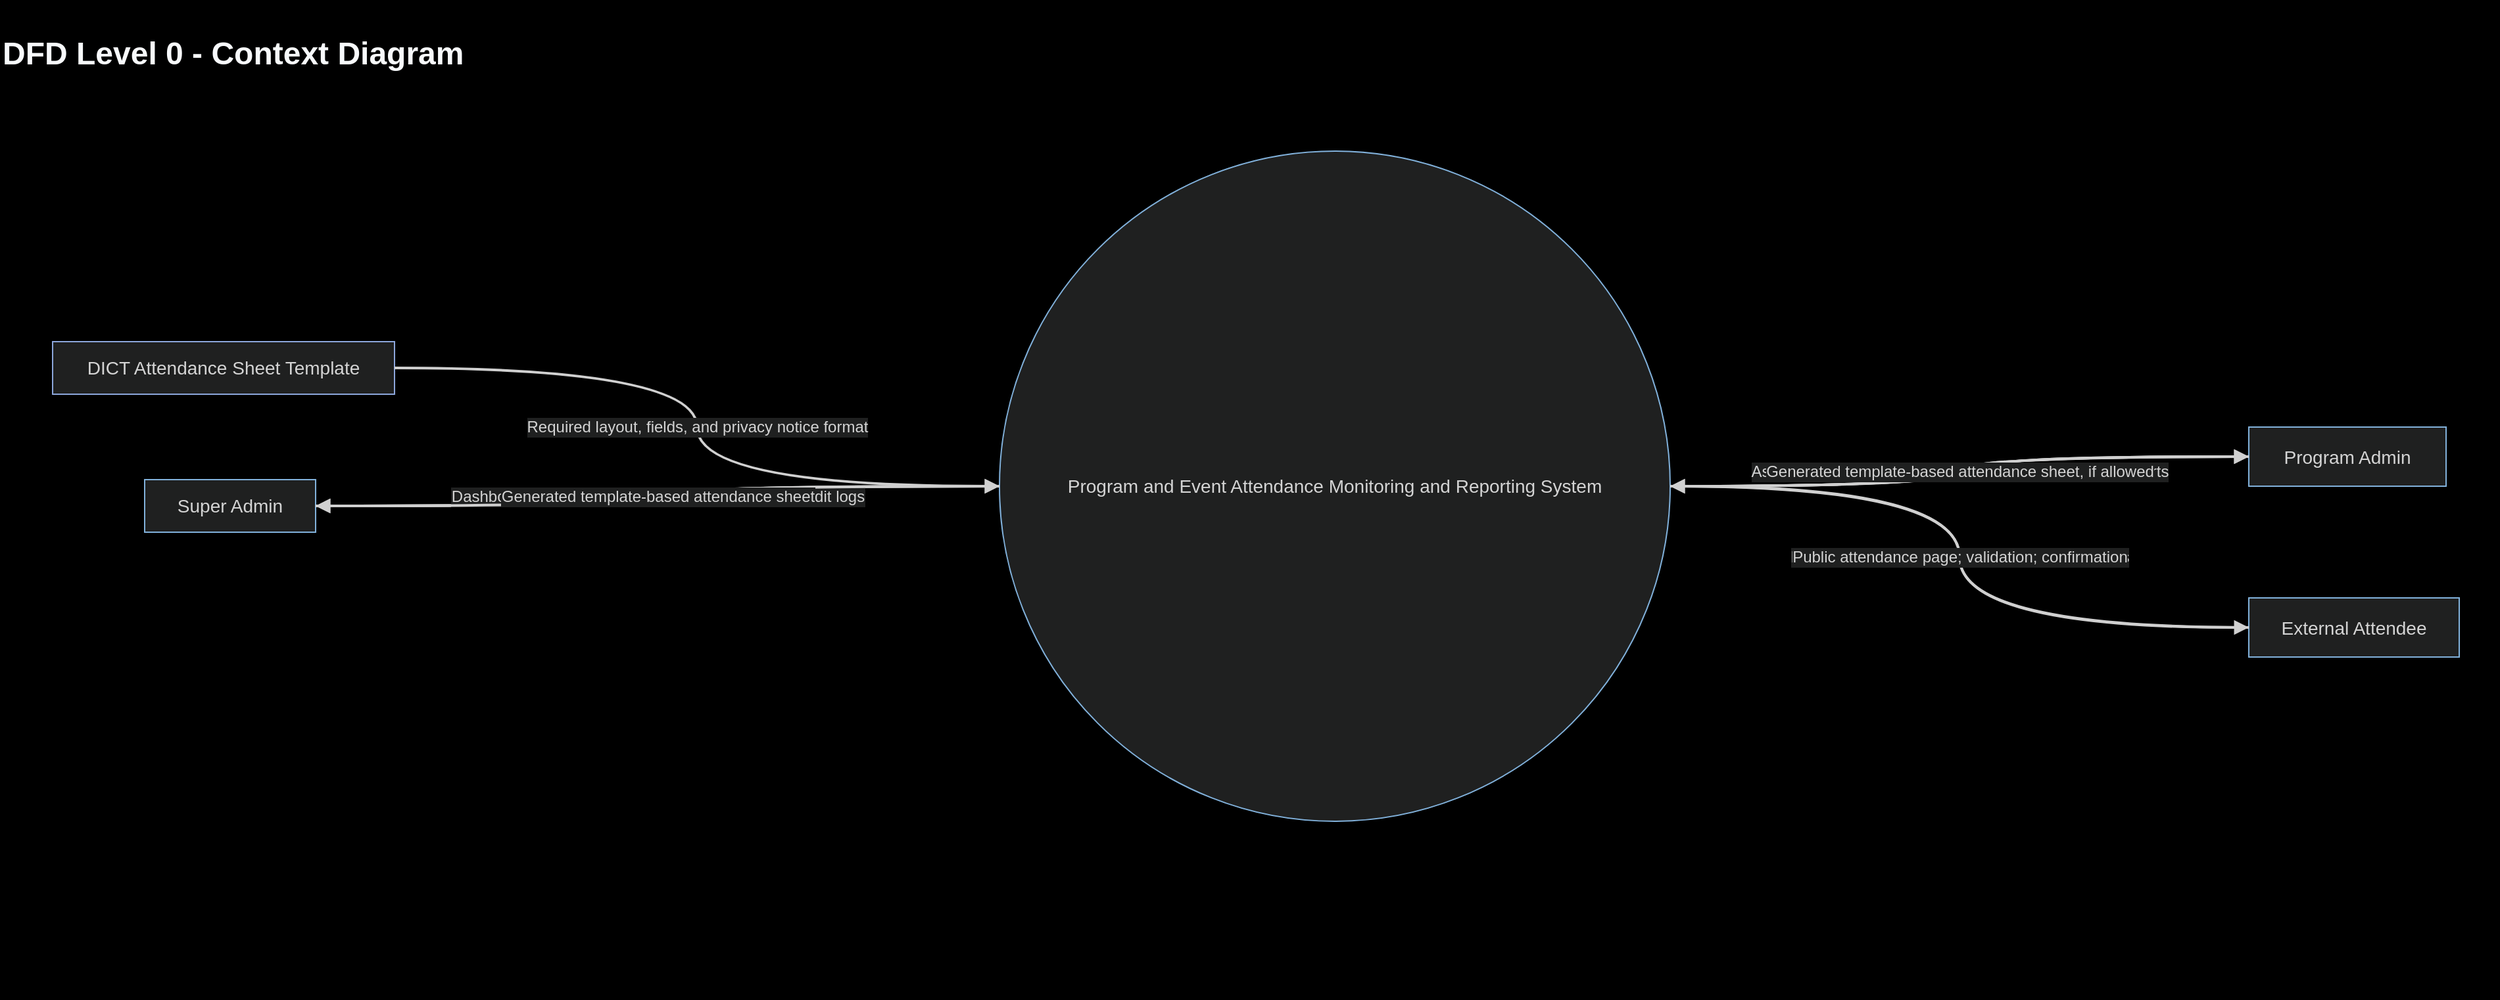
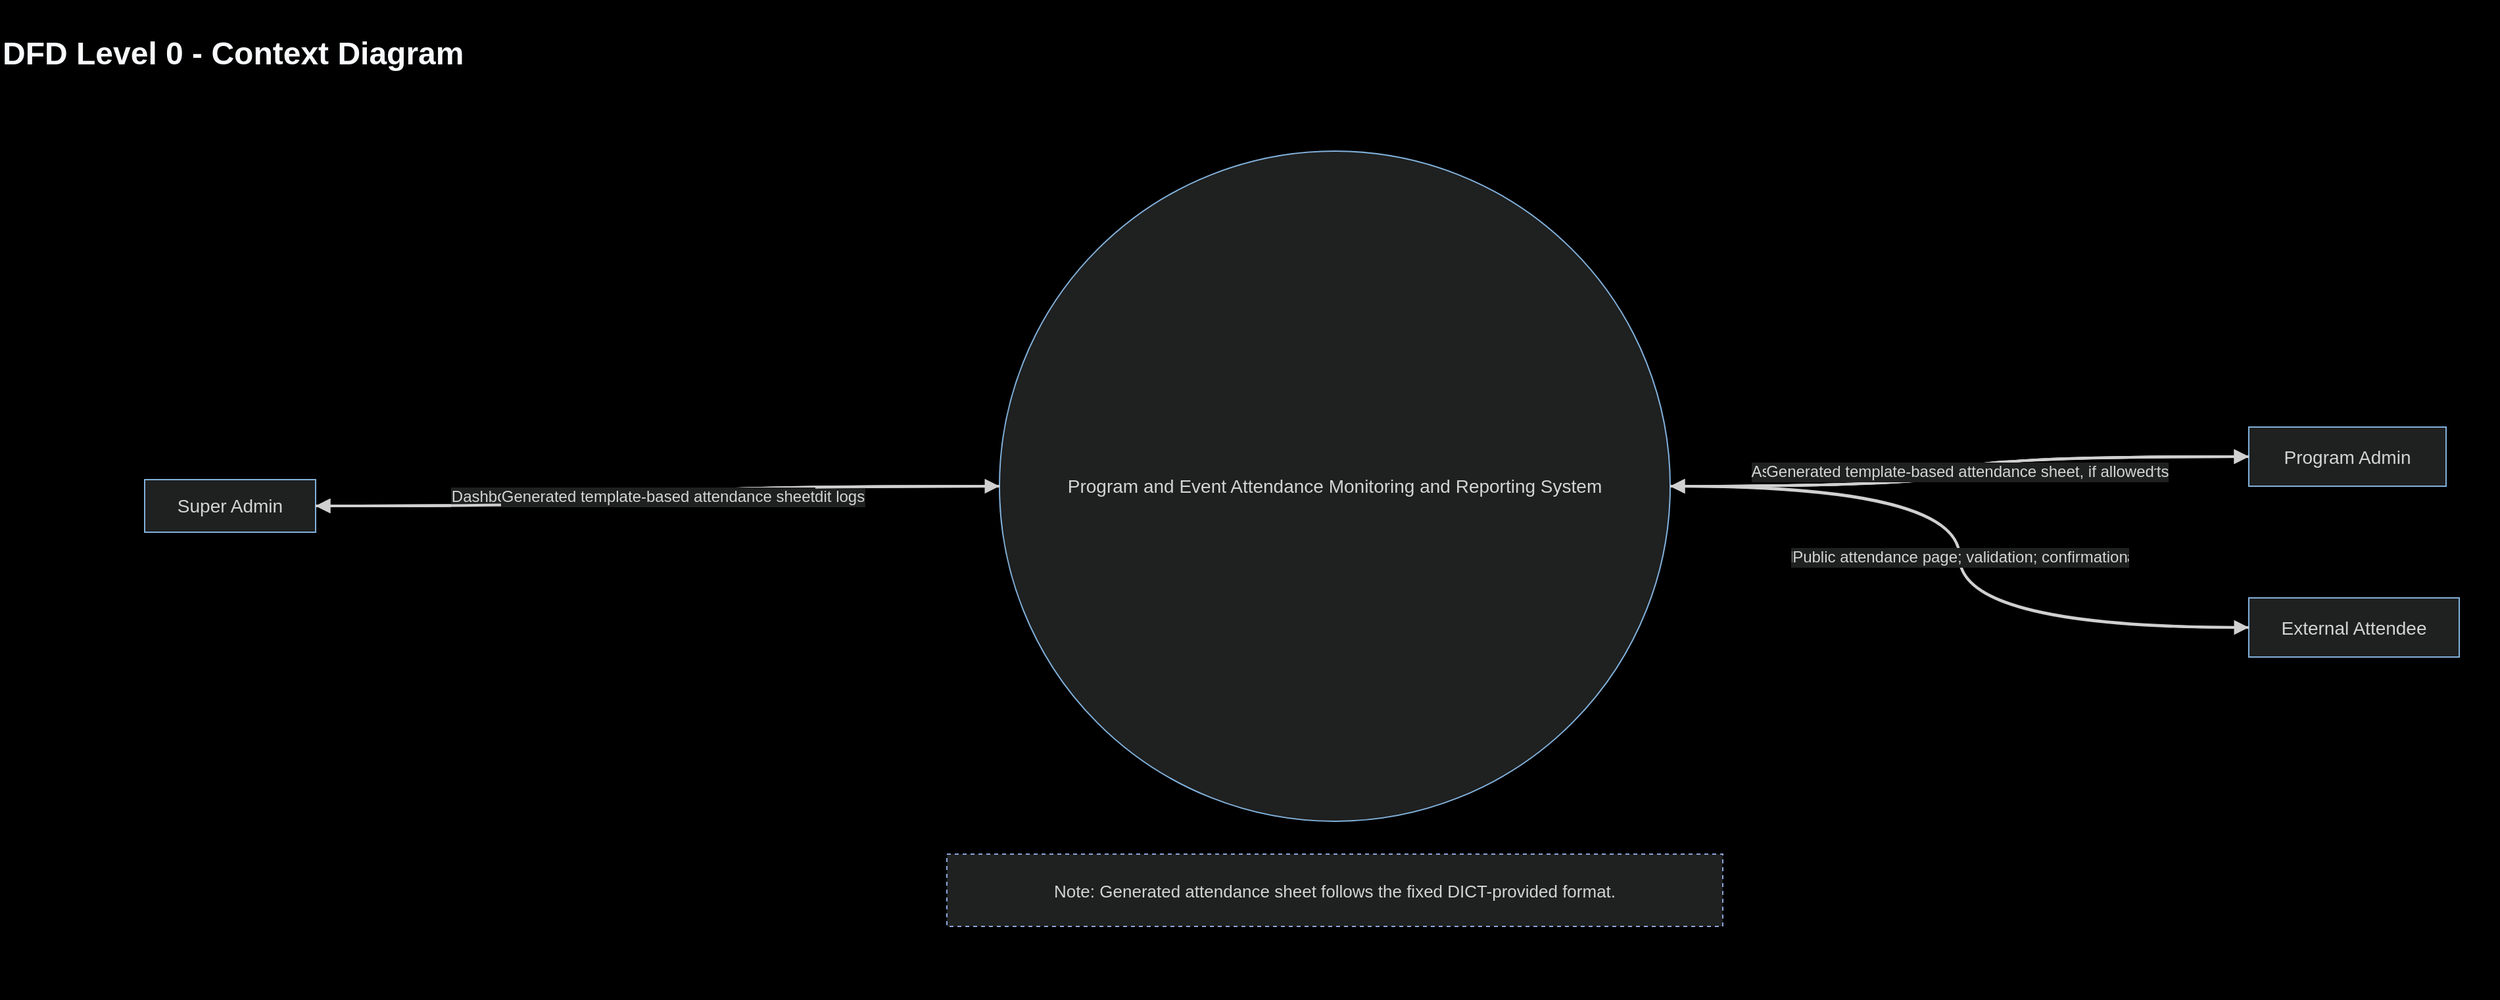
<?xml version='1.0' encoding='utf-8'?>
- <mxfile host="app.diagrams.net"><diagram name="DFD Level 0 - Context Diagram"><mxGraphModel dx="1900" dy="760" grid="1" gridSize="10" guides="1" tooltips="1" connect="1" arrows="1" fold="1" page="1" pageScale="1" pageWidth="1900" pageHeight="760" background="#000000" math="0" shadow="0"><root><mxCell id="0" /><mxCell id="1" parent="0" /><mxCell id="background" value="" style="rounded=0;whiteSpace=wrap;html=1;fillColor=#000000;strokeColor=none;locked=1;" vertex="1" parent="1"><mxGeometry x="0" y="0" width="1900" height="760" as="geometry" /></mxCell><mxCell id="title" value="DFD Level 0 - Context Diagram" style="text;html=1;strokeColor=none;fillColor=none;fontColor=#f8fafc;fontStyle=1;fontSize=24;" vertex="1" parent="1"><mxGeometry x="0" y="20" width="1900" height="40" as="geometry" /></mxCell><mxCell id="template" value="DICT Attendance Sheet Template" style="rounded=0;whiteSpace=wrap;html=1;strokeColor=#81B1DB;fillColor=#1f2020;fontColor=#d4d4d4;fontStyle=0;fontSize=14;spacing=8;strokeColor=#8CA6DB;" vertex="1" parent="1"><mxGeometry x="40" y="260" width="260" height="40" as="geometry" /></mxCell><mxCell id="super_admin" value="Super Admin" style="rounded=0;whiteSpace=wrap;html=1;strokeColor=#81B1DB;fillColor=#1f2020;fontColor=#d4d4d4;fontStyle=0;fontSize=14;spacing=8;" vertex="1" parent="1"><mxGeometry x="110" y="365" width="130" height="40" as="geometry" /></mxCell><mxCell id="system" value="Program and Event Attendance Monitoring and Reporting System" style="ellipse;whiteSpace=wrap;html=1;strokeColor=#81B1DB;fillColor=#1f2020;fontColor=#d4d4d4;fontStyle=0;fontSize=14;spacing=8;" vertex="1" parent="1"><mxGeometry x="760" y="115" width="510" height="510" as="geometry" /></mxCell><mxCell id="program_admin" value="Program Admin" style="rounded=0;whiteSpace=wrap;html=1;strokeColor=#81B1DB;fillColor=#1f2020;fontColor=#d4d4d4;fontStyle=0;fontSize=14;spacing=8;" vertex="1" parent="1"><mxGeometry x="1710" y="325" width="150" height="45" as="geometry" /></mxCell><mxCell id="attendee" value="External Attendee" style="rounded=0;whiteSpace=wrap;html=1;strokeColor=#81B1DB;fillColor=#1f2020;fontColor=#d4d4d4;fontStyle=0;fontSize=14;spacing=8;" vertex="1" parent="1"><mxGeometry x="1710" y="455" width="160" height="45" as="geometry" /></mxCell><mxCell id="e1" value="Login credentials; program/user/event/report requests" style="edgeStyle=orthogonalEdgeStyle;rounded=1;curved=1;html=1;endArrow=block;strokeColor=#d0d0d0;fontColor=#d4d4d4;fontSize=12;labelBackgroundColor=#1f2020;strokeWidth=2;" edge="1" parent="1" source="super_admin" target="system"><mxGeometry relative="1" as="geometry" /></mxCell><mxCell id="e2" value="Dashboard; records; QR/link; attendance sheets; audit logs" style="edgeStyle=orthogonalEdgeStyle;rounded=1;curved=1;html=1;endArrow=block;strokeColor=#d0d0d0;fontColor=#d4d4d4;fontSize=12;labelBackgroundColor=#1f2020;strokeWidth=2;" edge="1" parent="1" source="system" target="super_admin"><mxGeometry relative="1" as="geometry" /></mxCell><mxCell id="e3" value="Required layout, fields, and privacy notice format" style="edgeStyle=orthogonalEdgeStyle;rounded=1;curved=1;html=1;endArrow=block;strokeColor=#d0d0d0;fontColor=#d4d4d4;fontSize=12;labelBackgroundColor=#1f2020;strokeWidth=2;" edge="1" parent="1" source="template" target="system"><mxGeometry relative="1" as="geometry" /></mxCell><mxCell id="e4" value="Login credentials; assigned event/status/report requests" style="edgeStyle=orthogonalEdgeStyle;rounded=1;curved=1;html=1;endArrow=block;strokeColor=#d0d0d0;fontColor=#d4d4d4;fontSize=12;labelBackgroundColor=#1f2020;strokeWidth=2;" edge="1" parent="1" source="program_admin" target="system"><mxGeometry relative="1" as="geometry" /></mxCell><mxCell id="e5" value="Assigned programs/events; QR/link; records; sheets/reports" style="edgeStyle=orthogonalEdgeStyle;rounded=1;curved=1;html=1;endArrow=block;strokeColor=#d0d0d0;fontColor=#d4d4d4;fontSize=12;labelBackgroundColor=#1f2020;strokeWidth=2;" edge="1" parent="1" source="system" target="program_admin"><mxGeometry relative="1" as="geometry" /></mxCell><mxCell id="e6" value="Fixed attendance details and consent responses" style="edgeStyle=orthogonalEdgeStyle;rounded=1;curved=1;html=1;endArrow=block;strokeColor=#d0d0d0;fontColor=#d4d4d4;fontSize=12;labelBackgroundColor=#1f2020;strokeWidth=2;" edge="1" parent="1" source="attendee" target="system"><mxGeometry relative="1" as="geometry" /></mxCell><mxCell id="e7" value="Public attendance page; validation; confirmation" style="edgeStyle=orthogonalEdgeStyle;rounded=1;curved=1;html=1;endArrow=block;strokeColor=#d0d0d0;fontColor=#d4d4d4;fontSize=12;labelBackgroundColor=#1f2020;strokeWidth=2;" edge="1" parent="1" source="system" target="attendee"><mxGeometry relative="1" as="geometry" /></mxCell><mxCell id="e8" value="Generated template-based attendance sheet, if allowed" style="edgeStyle=orthogonalEdgeStyle;rounded=1;curved=1;html=1;endArrow=block;strokeColor=#d0d0d0;fontColor=#d4d4d4;fontSize=12;labelBackgroundColor=#1f2020;strokeWidth=2;" edge="1" parent="1" source="system" target="program_admin"><mxGeometry relative="1" as="geometry" /></mxCell><mxCell id="e9" value="Generated template-based attendance sheet" style="edgeStyle=orthogonalEdgeStyle;rounded=1;curved=1;html=1;endArrow=block;strokeColor=#d0d0d0;fontColor=#d4d4d4;fontSize=12;labelBackgroundColor=#1f2020;strokeWidth=2;" edge="1" parent="1" source="system" target="super_admin"><mxGeometry relative="1" as="geometry" /></mxCell></root></mxGraphModel></diagram></mxfile>+ <mxfile host="app.diagrams.net"><diagram name="DFD Level 0 - Context Diagram"><mxGraphModel dx="1900" dy="760" grid="1" gridSize="10" guides="1" tooltips="1" connect="1" arrows="1" fold="1" page="1" pageScale="1" pageWidth="1900" pageHeight="760" background="#000000" math="0" shadow="0"><root><mxCell id="0" /><mxCell id="1" parent="0" /><mxCell id="background" value="" style="rounded=0;whiteSpace=wrap;html=1;fillColor=#000000;strokeColor=none;locked=1;" vertex="1" parent="1"><mxGeometry x="0" y="0" width="1900" height="760" as="geometry" /></mxCell><mxCell id="title" value="DFD Level 0 - Context Diagram" style="text;html=1;strokeColor=none;fillColor=none;fontColor=#f8fafc;fontStyle=1;fontSize=24;" vertex="1" parent="1"><mxGeometry x="0" y="20" width="1900" height="40" as="geometry" /></mxCell><mxCell id="super_admin" value="Super Admin" style="rounded=0;whiteSpace=wrap;html=1;strokeColor=#81B1DB;fillColor=#1f2020;fontColor=#d4d4d4;fontStyle=0;fontSize=14;spacing=8;" vertex="1" parent="1"><mxGeometry x="110" y="365" width="130" height="40" as="geometry" /></mxCell><mxCell id="system" value="Program and Event Attendance Monitoring and Reporting System" style="ellipse;whiteSpace=wrap;html=1;strokeColor=#81B1DB;fillColor=#1f2020;fontColor=#d4d4d4;fontStyle=0;fontSize=14;spacing=8;" vertex="1" parent="1"><mxGeometry x="760" y="115" width="510" height="510" as="geometry" /></mxCell><mxCell id="program_admin" value="Program Admin" style="rounded=0;whiteSpace=wrap;html=1;strokeColor=#81B1DB;fillColor=#1f2020;fontColor=#d4d4d4;fontStyle=0;fontSize=14;spacing=8;" vertex="1" parent="1"><mxGeometry x="1710" y="325" width="150" height="45" as="geometry" /></mxCell><mxCell id="attendee" value="External Attendee" style="rounded=0;whiteSpace=wrap;html=1;strokeColor=#81B1DB;fillColor=#1f2020;fontColor=#d4d4d4;fontStyle=0;fontSize=14;spacing=8;" vertex="1" parent="1"><mxGeometry x="1710" y="455" width="160" height="45" as="geometry" /></mxCell><mxCell id="note_template" value="Note: Generated attendance sheet follows the fixed DICT-provided format." style="rounded=0;whiteSpace=wrap;html=1;strokeColor=#8CA6DB;fillColor=#1f2020;fontColor=#d4d4d4;fontSize=13;spacing=8;dashed=1;" vertex="1" parent="1"><mxGeometry x="720" y="650" width="590" height="55" as="geometry" /></mxCell><mxCell id="e1" value="Login credentials; program/user/event/report requests" style="edgeStyle=orthogonalEdgeStyle;rounded=1;curved=1;html=1;endArrow=block;strokeColor=#d0d0d0;fontColor=#d4d4d4;fontSize=12;labelBackgroundColor=#1f2020;strokeWidth=2;" edge="1" parent="1" source="super_admin" target="system"><mxGeometry relative="1" as="geometry" /></mxCell><mxCell id="e2" value="Dashboard; records; QR/link; attendance sheets; audit logs" style="edgeStyle=orthogonalEdgeStyle;rounded=1;curved=1;html=1;endArrow=block;strokeColor=#d0d0d0;fontColor=#d4d4d4;fontSize=12;labelBackgroundColor=#1f2020;strokeWidth=2;" edge="1" parent="1" source="system" target="super_admin"><mxGeometry relative="1" as="geometry" /></mxCell><mxCell id="e3" value="Login credentials; assigned event/status/report requests" style="edgeStyle=orthogonalEdgeStyle;rounded=1;curved=1;html=1;endArrow=block;strokeColor=#d0d0d0;fontColor=#d4d4d4;fontSize=12;labelBackgroundColor=#1f2020;strokeWidth=2;" edge="1" parent="1" source="program_admin" target="system"><mxGeometry relative="1" as="geometry" /></mxCell><mxCell id="e4" value="Assigned programs/events; QR/link; records; sheets/reports" style="edgeStyle=orthogonalEdgeStyle;rounded=1;curved=1;html=1;endArrow=block;strokeColor=#d0d0d0;fontColor=#d4d4d4;fontSize=12;labelBackgroundColor=#1f2020;strokeWidth=2;" edge="1" parent="1" source="system" target="program_admin"><mxGeometry relative="1" as="geometry" /></mxCell><mxCell id="e5" value="Fixed attendance details and consent responses" style="edgeStyle=orthogonalEdgeStyle;rounded=1;curved=1;html=1;endArrow=block;strokeColor=#d0d0d0;fontColor=#d4d4d4;fontSize=12;labelBackgroundColor=#1f2020;strokeWidth=2;" edge="1" parent="1" source="attendee" target="system"><mxGeometry relative="1" as="geometry" /></mxCell><mxCell id="e6" value="Public attendance page; validation; confirmation" style="edgeStyle=orthogonalEdgeStyle;rounded=1;curved=1;html=1;endArrow=block;strokeColor=#d0d0d0;fontColor=#d4d4d4;fontSize=12;labelBackgroundColor=#1f2020;strokeWidth=2;" edge="1" parent="1" source="system" target="attendee"><mxGeometry relative="1" as="geometry" /></mxCell><mxCell id="e7" value="Generated template-based attendance sheet, if allowed" style="edgeStyle=orthogonalEdgeStyle;rounded=1;curved=1;html=1;endArrow=block;strokeColor=#d0d0d0;fontColor=#d4d4d4;fontSize=12;labelBackgroundColor=#1f2020;strokeWidth=2;" edge="1" parent="1" source="system" target="program_admin"><mxGeometry relative="1" as="geometry" /></mxCell><mxCell id="e8" value="Generated template-based attendance sheet" style="edgeStyle=orthogonalEdgeStyle;rounded=1;curved=1;html=1;endArrow=block;strokeColor=#d0d0d0;fontColor=#d4d4d4;fontSize=12;labelBackgroundColor=#1f2020;strokeWidth=2;" edge="1" parent="1" source="system" target="super_admin"><mxGeometry relative="1" as="geometry" /></mxCell></root></mxGraphModel></diagram></mxfile>